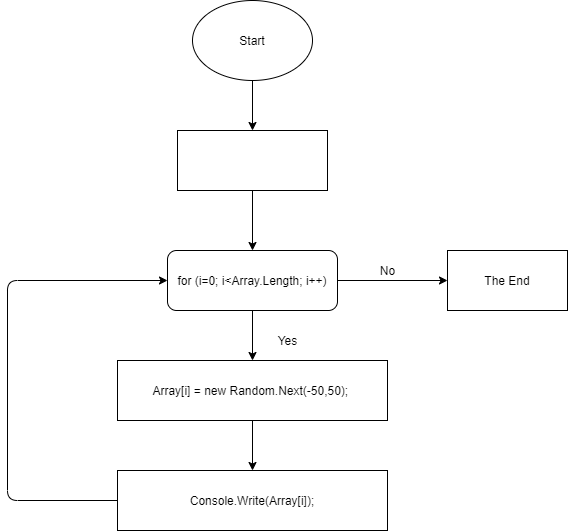
Above: Diagram/Creation.drawio.png in lana1912/control-work (draw.io), before the change. Source tidied: cells renumbered, new cells last; positions are measured from the earlier drawing's top-left corner, leaving out a move shared by most shapes.
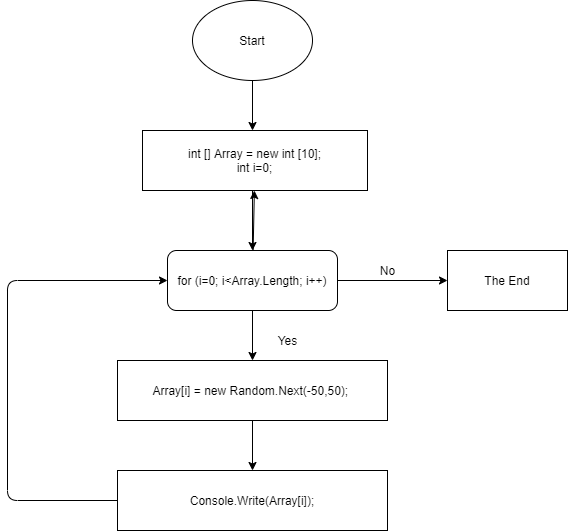
The same file after the commit.

The edit, as a diff of the source:
```diff
@@ -10,20 +10,21 @@
     <mxCell id="3" value="Start" style="ellipse;whiteSpace=wrap;html=1;" parent="1" vertex="1">
       <mxGeometry x="185" width="120" height="80" as="geometry" />
     </mxCell>
-    <mxCell id="4" style="edgeStyle=none;html=1;exitX=0.5;exitY=1;exitDx=0;exitDy=0;" parent="1" edge="1" source="5">
+    <mxCell id="4" style="edgeStyle=none;html=1;exitX=0.5;exitY=1;exitDx=0;exitDy=0;" parent="1" edge="1">
       <mxGeometry relative="1" as="geometry">
+        <mxPoint x="245" y="190" as="sourcePoint" />
         <mxPoint x="245" y="250" as="targetPoint" />
       </mxGeometry>
     </mxCell>
-    <mxCell id="5" value="&lt;font color=&quot;#ffffff&quot;&gt;int [] Array = new int [10];&lt;br&gt;int i = 0;&lt;/font&gt;" style="rounded=0;whiteSpace=wrap;html=1;" parent="1" vertex="1">
-      <mxGeometry x="170" y="130" width="150" height="60" as="geometry" />
-    </mxCell>
     <mxCell id="6" style="edgeStyle=none;html=1;exitX=0.5;exitY=1;exitDx=0;exitDy=0;" parent="1" edge="1" source="8" target="10">
       <mxGeometry relative="1" as="geometry" />
     </mxCell>
     <mxCell id="7" style="edgeStyle=none;html=1;exitX=1;exitY=0.5;exitDx=0;exitDy=0;" parent="1" edge="1" source="8" target="14">
       <mxGeometry relative="1" as="geometry" />
     </mxCell>
+    <mxCell id="16" style="edgeStyle=none;html=1;" parent="1" edge="1" source="8" target="17">
+      <mxGeometry relative="1" as="geometry" />
+    </mxCell>
     <mxCell id="8" value="for (i=0; i&amp;lt;Array.Length; i++)" style="rounded=1;whiteSpace=wrap;html=1;" parent="1" vertex="1">
       <mxGeometry x="160" y="250" width="170" height="60" as="geometry" />
     </mxCell>
@@ -55,5 +56,8 @@
     <mxCell id="15" value="No" style="text;html=1;align=center;verticalAlign=middle;strokeColor=none;" parent="1" vertex="1">
       <mxGeometry x="365" y="260" width="30" height="20" as="geometry" />
     </mxCell>
+    <mxCell id="17" value="int [] Array = new int [10];&lt;br&gt;int i=0;" style="rounded=0;whiteSpace=wrap;html=1;" parent="1" vertex="1">
+      <mxGeometry x="135" y="130" width="225" height="60" as="geometry" />
+    </mxCell>
   </root>
 </mxGraphModel>
```
